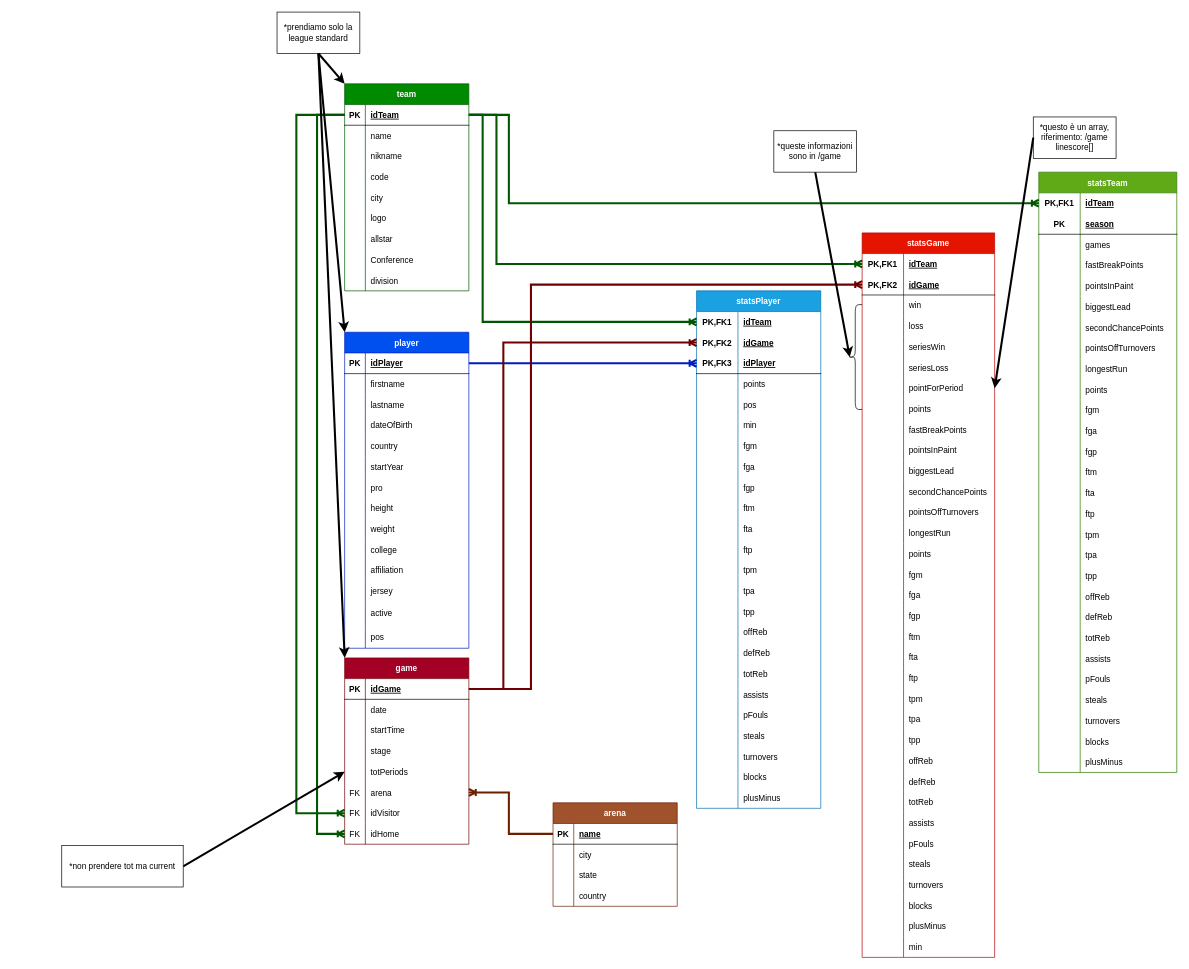
This is LastGame/database/DB_relazionale.drawio from leonardoscardoni/IGallinacci, a draw.io file, before an edit. Source tidied: cells renumbered, new cells numbered last; positions are measured from the earlier drawing's top-left corner, leaving out a move shared by most shapes. Both pictures are drawn from the tidied source at 69%, with x=0, y=0 at pixel (61, 12).
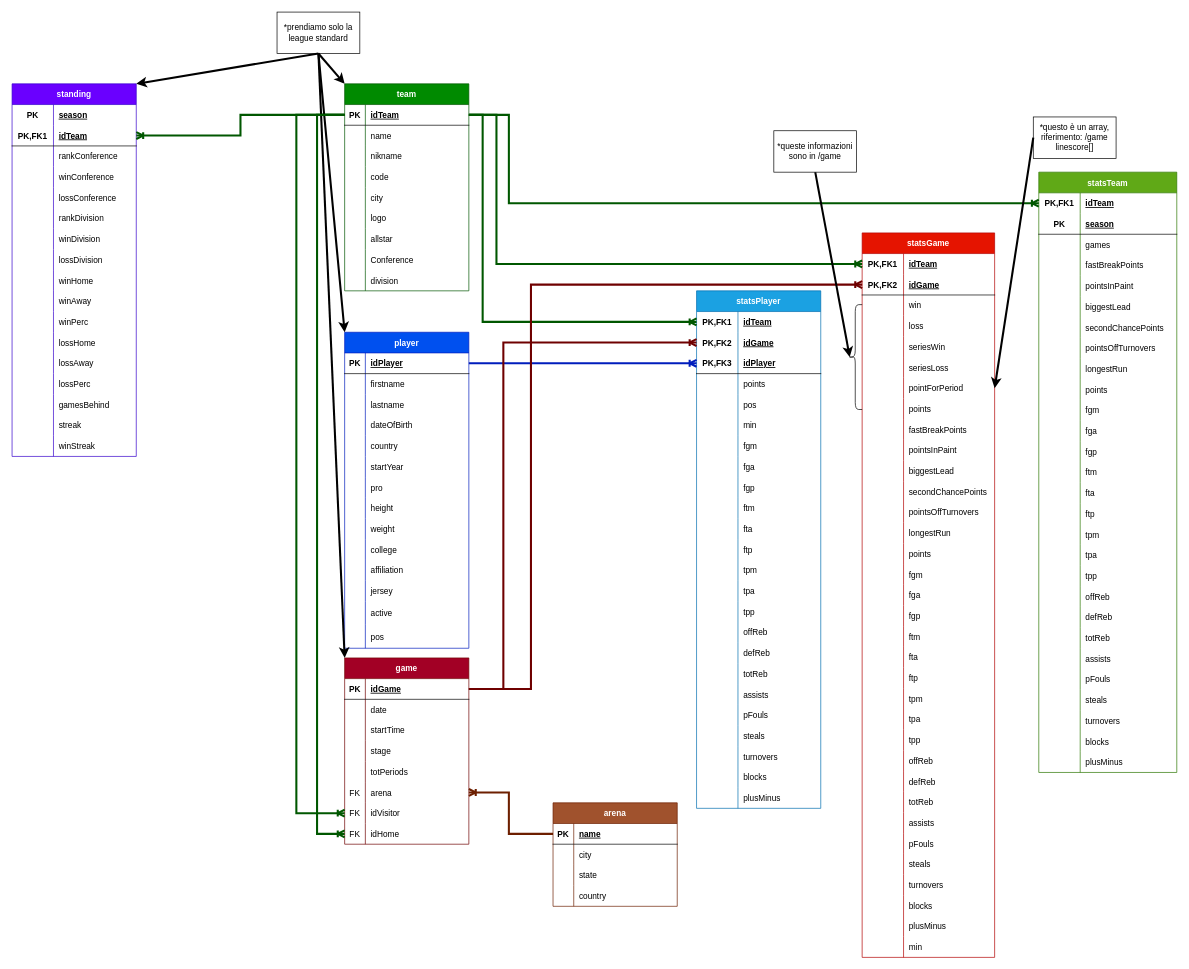
After the change.

Unchanged cells that the change refers to:
```xml
<mxCell id="3" style="shape=tableRow;horizontal=0;startSize=0;swimlaneHead=0;swimlaneBody=0;fillColor=none;points=[[0,0.5],[1,0.5]];portConstraint=eastwest;top=0;left=0;right=0;bottom=1;" parent="2" vertex="1">
  <mxGeometry y="30" width="180" height="30" as="geometry" />
</mxCell>
<mxCell id="86" style="shape=tableRow;horizontal=0;startSize=0;swimlaneHead=0;swimlaneBody=0;fillColor=none;points=[[0,0.5],[1,0.5]];portConstraint=eastwest;top=0;left=0;right=0;bottom=0;" parent="73" vertex="1">
  <mxGeometry y="150" width="180" height="30" as="geometry" />
</mxCell>
<mxCell id="383" value="*prendiamo solo la league standard" style="rounded=0;whiteSpace=wrap;html=1;" parent="1" vertex="1">
  <mxGeometry x="312" width="120" height="60" as="geometry" />
</mxCell>
```

What changed in the source:
```diff
@@
-    <mxCell id="381" style="endArrow=classic;html=1;rounded=0;exitX=1;exitY=0.5;exitDx=0;exitDy=0;entryX=0;entryY=0.5;entryDx=0;entryDy=0;strokeWidth=3;" parent="1" edge="1" source="382" target="86">
-      <mxGeometry relative="1" as="geometry" />
-    </mxCell>
-    <mxCell id="382" value="*non prendere tot ma current" style="rounded=0;whiteSpace=wrap;html=1;strokeWidth=1;" parent="1" vertex="1">
-      <mxGeometry y="1208" width="176" height="60" as="geometry" />
-    </mxCell>
@@
+    <mxCell id="392" value="standing" style="shape=table;startSize=30;childLayout=tableLayout;rowLines=0;fontStyle=1;align=center;fillColor=#6a00ff;fontColor=#ffffff;strokeColor=#3700CC;" parent="1" vertex="1">
+      <mxGeometry x="-72" y="104" width="180" height="540" as="geometry" />
+    </mxCell>
+    <mxCell id="393" style="shape=tableRow;horizontal=0;startSize=0;swimlaneHead=0;swimlaneBody=0;fillColor=none;top=0;left=0;right=0;bottom=0;" parent="392" vertex="1">
+      <mxGeometry y="30" width="180" height="30" as="geometry" />
+    </mxCell>
+    <mxCell id="394" value="PK" style="shape=partialRectangle;fillColor=none;top=0;left=0;bottom=0;right=0;fontStyle=1;overflow=hidden;" parent="393" vertex="1">
+      <mxGeometry width="60" height="30" as="geometry" />
+    </mxCell>
+    <mxCell id="395" value="season" style="shape=partialRectangle;fillColor=none;top=0;left=0;bottom=0;right=0;align=left;spacingLeft=6;fontStyle=5;overflow=hidden;" parent="393" vertex="1">
+      <mxGeometry x="60" width="120" height="30" as="geometry" />
+    </mxCell>
+    <mxCell id="396" style="shape=tableRow;horizontal=0;startSize=0;swimlaneHead=0;swimlaneBody=0;fillColor=none;points=[[0,0.5],[1,0.5]];portConstraint=eastwest;top=0;left=0;right=0;bottom=1;" parent="392" vertex="1">
+      <mxGeometry y="60" width="180" height="30" as="geometry" />
+    </mxCell>
+    <mxCell id="397" value="PK,FK1" style="shape=partialRectangle;fillColor=none;top=0;left=0;bottom=0;right=0;fontStyle=1;overflow=hidden;" parent="396" vertex="1">
+      <mxGeometry width="60" height="30" as="geometry" />
+    </mxCell>
+    <mxCell id="398" value="idTeam" style="shape=partialRectangle;fillColor=none;top=0;left=0;bottom=0;right=0;align=left;spacingLeft=6;fontStyle=5;overflow=hidden;" parent="396" vertex="1">
+      <mxGeometry x="60" width="120" height="30" as="geometry" />
+    </mxCell>
+    <mxCell id="399" style="shape=tableRow;horizontal=0;startSize=0;swimlaneHead=0;swimlaneBody=0;fillColor=none;top=0;left=0;right=0;bottom=0;" parent="392" vertex="1">
+      <mxGeometry y="90" width="180" height="30" as="geometry" />
+    </mxCell>
+    <mxCell id="400" style="shape=partialRectangle;fillColor=none;top=0;left=0;bottom=0;right=0;overflow=hidden;" parent="399" vertex="1">
+      <mxGeometry width="60" height="30" as="geometry" />
+    </mxCell>
+    <mxCell id="401" value="rankConference" style="shape=partialRectangle;fillColor=none;top=0;left=0;bottom=0;right=0;align=left;spacingLeft=6;overflow=hidden;" parent="399" vertex="1">
+      <mxGeometry x="60" width="120" height="30" as="geometry" />
+    </mxCell>
+    <mxCell id="402" style="shape=tableRow;horizontal=0;startSize=0;swimlaneHead=0;swimlaneBody=0;fillColor=none;top=0;left=0;right=0;bottom=0;" parent="392" vertex="1">
+      <mxGeometry y="120" width="180" height="30" as="geometry" />
+    </mxCell>
+    <mxCell id="403" style="shape=partialRectangle;fillColor=none;top=0;left=0;bottom=0;right=0;overflow=hidden;" parent="402" vertex="1">
+      <mxGeometry width="60" height="30" as="geometry" />
+    </mxCell>
+    <mxCell id="404" value="winConference" style="shape=partialRectangle;fillColor=none;top=0;left=0;bottom=0;right=0;align=left;spacingLeft=6;overflow=hidden;" parent="402" vertex="1">
+      <mxGeometry x="60" width="120" height="30" as="geometry" />
+    </mxCell>
+    <mxCell id="405" style="shape=tableRow;horizontal=0;startSize=0;swimlaneHead=0;swimlaneBody=0;fillColor=none;top=0;left=0;right=0;bottom=0;" parent="392" vertex="1">
+      <mxGeometry y="150" width="180" height="30" as="geometry" />
+    </mxCell>
+    <mxCell id="406" style="shape=partialRectangle;fillColor=none;top=0;left=0;bottom=0;right=0;overflow=hidden;" parent="405" vertex="1">
+      <mxGeometry width="60" height="30" as="geometry" />
+    </mxCell>
+    <mxCell id="407" value="lossConference" style="shape=partialRectangle;fillColor=none;top=0;left=0;bottom=0;right=0;align=left;spacingLeft=6;overflow=hidden;" parent="405" vertex="1">
+      <mxGeometry x="60" width="120" height="30" as="geometry" />
+    </mxCell>
+    <mxCell id="408" style="shape=tableRow;horizontal=0;startSize=0;swimlaneHead=0;swimlaneBody=0;fillColor=none;top=0;left=0;right=0;bottom=0;" parent="392" vertex="1">
+      <mxGeometry y="180" width="180" height="30" as="geometry" />
+    </mxCell>
+    <mxCell id="409" style="shape=partialRectangle;fillColor=none;top=0;left=0;bottom=0;right=0;overflow=hidden;" parent="408" vertex="1">
+      <mxGeometry width="60" height="30" as="geometry" />
+    </mxCell>
+    <mxCell id="410" value="rankDivision" style="shape=partialRectangle;fillColor=none;top=0;left=0;bottom=0;right=0;align=left;spacingLeft=6;overflow=hidden;" parent="408" vertex="1">
+      <mxGeometry x="60" width="120" height="30" as="geometry" />
+    </mxCell>
+    <mxCell id="411" style="shape=tableRow;horizontal=0;startSize=0;swimlaneHead=0;swimlaneBody=0;fillColor=none;top=0;left=0;right=0;bottom=0;" parent="392" vertex="1">
+      <mxGeometry y="210" width="180" height="30" as="geometry" />
+    </mxCell>
+    <mxCell id="412" style="shape=partialRectangle;fillColor=none;top=0;left=0;bottom=0;right=0;overflow=hidden;" parent="411" vertex="1">
+      <mxGeometry width="60" height="30" as="geometry" />
+    </mxCell>
+    <mxCell id="413" value="winDivision" style="shape=partialRectangle;fillColor=none;top=0;left=0;bottom=0;right=0;align=left;spacingLeft=6;overflow=hidden;" parent="411" vertex="1">
+      <mxGeometry x="60" width="120" height="30" as="geometry" />
+    </mxCell>
+    <mxCell id="414" style="shape=tableRow;horizontal=0;startSize=0;swimlaneHead=0;swimlaneBody=0;fillColor=none;top=0;left=0;right=0;bottom=0;" parent="392" vertex="1">
+      <mxGeometry y="240" width="180" height="30" as="geometry" />
+    </mxCell>
+    <mxCell id="415" style="shape=partialRectangle;fillColor=none;top=0;left=0;bottom=0;right=0;overflow=hidden;" parent="414" vertex="1">
+      <mxGeometry width="60" height="30" as="geometry" />
+    </mxCell>
+    <mxCell id="416" value="lossDivision" style="shape=partialRectangle;fillColor=none;top=0;left=0;bottom=0;right=0;align=left;spacingLeft=6;overflow=hidden;" parent="414" vertex="1">
+      <mxGeometry x="60" width="120" height="30" as="geometry" />
+    </mxCell>
+    <mxCell id="417" style="shape=tableRow;horizontal=0;startSize=0;swimlaneHead=0;swimlaneBody=0;fillColor=none;top=0;left=0;right=0;bottom=0;" parent="392" vertex="1">
+      <mxGeometry y="270" width="180" height="30" as="geometry" />
+    </mxCell>
+    <mxCell id="418" style="shape=partialRectangle;fillColor=none;top=0;left=0;bottom=0;right=0;overflow=hidden;" parent="417" vertex="1">
+      <mxGeometry width="60" height="30" as="geometry" />
+    </mxCell>
+    <mxCell id="419" value="winHome" style="shape=partialRectangle;fillColor=none;top=0;left=0;bottom=0;right=0;align=left;spacingLeft=6;overflow=hidden;" parent="417" vertex="1">
+      <mxGeometry x="60" width="120" height="30" as="geometry" />
+    </mxCell>
+    <mxCell id="420" style="shape=tableRow;horizontal=0;startSize=0;swimlaneHead=0;swimlaneBody=0;fillColor=none;top=0;left=0;right=0;bottom=0;" parent="392" vertex="1">
+      <mxGeometry y="300" width="180" height="30" as="geometry" />
+    </mxCell>
+    <mxCell id="421" style="shape=partialRectangle;fillColor=none;top=0;left=0;bottom=0;right=0;overflow=hidden;" parent="420" vertex="1">
+      <mxGeometry width="60" height="30" as="geometry" />
+    </mxCell>
+    <mxCell id="422" value="winAway" style="shape=partialRectangle;fillColor=none;top=0;left=0;bottom=0;right=0;align=left;spacingLeft=6;overflow=hidden;" parent="420" vertex="1">
+      <mxGeometry x="60" width="120" height="30" as="geometry" />
+    </mxCell>
+    <mxCell id="423" style="shape=tableRow;horizontal=0;startSize=0;swimlaneHead=0;swimlaneBody=0;fillColor=none;top=0;left=0;right=0;bottom=0;" parent="392" vertex="1">
+      <mxGeometry y="330" width="180" height="30" as="geometry" />
+    </mxCell>
+    <mxCell id="424" style="shape=partialRectangle;fillColor=none;top=0;left=0;bottom=0;right=0;overflow=hidden;" parent="423" vertex="1">
+      <mxGeometry width="60" height="30" as="geometry" />
+    </mxCell>
+    <mxCell id="425" value="winPerc" style="shape=partialRectangle;fillColor=none;top=0;left=0;bottom=0;right=0;align=left;spacingLeft=6;overflow=hidden;" parent="423" vertex="1">
+      <mxGeometry x="60" width="120" height="30" as="geometry" />
+    </mxCell>
+    <mxCell id="426" style="shape=tableRow;horizontal=0;startSize=0;swimlaneHead=0;swimlaneBody=0;fillColor=none;top=0;left=0;right=0;bottom=0;" parent="392" vertex="1">
+      <mxGeometry y="360" width="180" height="30" as="geometry" />
+    </mxCell>
+    <mxCell id="427" style="shape=partialRectangle;fillColor=none;top=0;left=0;bottom=0;right=0;overflow=hidden;" parent="426" vertex="1">
+      <mxGeometry width="60" height="30" as="geometry" />
+    </mxCell>
+    <mxCell id="428" value="lossHome" style="shape=partialRectangle;fillColor=none;top=0;left=0;bottom=0;right=0;align=left;spacingLeft=6;overflow=hidden;" parent="426" vertex="1">
+      <mxGeometry x="60" width="120" height="30" as="geometry" />
+    </mxCell>
+    <mxCell id="429" style="shape=tableRow;horizontal=0;startSize=0;swimlaneHead=0;swimlaneBody=0;fillColor=none;top=0;left=0;right=0;bottom=0;" parent="392" vertex="1">
+      <mxGeometry y="390" width="180" height="30" as="geometry" />
+    </mxCell>
+    <mxCell id="430" style="shape=partialRectangle;fillColor=none;top=0;left=0;bottom=0;right=0;overflow=hidden;" parent="429" vertex="1">
+      <mxGeometry width="60" height="30" as="geometry" />
+    </mxCell>
+    <mxCell id="431" value="lossAway" style="shape=partialRectangle;fillColor=none;top=0;left=0;bottom=0;right=0;align=left;spacingLeft=6;overflow=hidden;" parent="429" vertex="1">
+      <mxGeometry x="60" width="120" height="30" as="geometry" />
+    </mxCell>
+    <mxCell id="432" style="shape=tableRow;horizontal=0;startSize=0;swimlaneHead=0;swimlaneBody=0;fillColor=none;top=0;left=0;right=0;bottom=0;" parent="392" vertex="1">
+      <mxGeometry y="420" width="180" height="30" as="geometry" />
+    </mxCell>
+    <mxCell id="433" style="shape=partialRectangle;fillColor=none;top=0;left=0;bottom=0;right=0;overflow=hidden;" parent="432" vertex="1">
+      <mxGeometry width="60" height="30" as="geometry" />
+    </mxCell>
+    <mxCell id="434" value="lossPerc" style="shape=partialRectangle;fillColor=none;top=0;left=0;bottom=0;right=0;align=left;spacingLeft=6;overflow=hidden;" parent="432" vertex="1">
+      <mxGeometry x="60" width="120" height="30" as="geometry" />
+    </mxCell>
+    <mxCell id="435" style="shape=tableRow;horizontal=0;startSize=0;swimlaneHead=0;swimlaneBody=0;fillColor=none;top=0;left=0;right=0;bottom=0;" parent="392" vertex="1">
+      <mxGeometry y="450" width="180" height="30" as="geometry" />
+    </mxCell>
+    <mxCell id="436" style="shape=partialRectangle;fillColor=none;top=0;left=0;bottom=0;right=0;overflow=hidden;" parent="435" vertex="1">
+      <mxGeometry width="60" height="30" as="geometry" />
+    </mxCell>
+    <mxCell id="437" value="gamesBehind" style="shape=partialRectangle;fillColor=none;top=0;left=0;bottom=0;right=0;align=left;spacingLeft=6;overflow=hidden;" parent="435" vertex="1">
+      <mxGeometry x="60" width="120" height="30" as="geometry" />
+    </mxCell>
+    <mxCell id="438" style="shape=tableRow;horizontal=0;startSize=0;swimlaneHead=0;swimlaneBody=0;fillColor=none;top=0;left=0;right=0;bottom=0;" parent="392" vertex="1">
+      <mxGeometry y="480" width="180" height="30" as="geometry" />
+    </mxCell>
+    <mxCell id="439" style="shape=partialRectangle;fillColor=none;top=0;left=0;bottom=0;right=0;overflow=hidden;" parent="438" vertex="1">
+      <mxGeometry width="60" height="30" as="geometry" />
+    </mxCell>
+    <mxCell id="440" value="streak" style="shape=partialRectangle;fillColor=none;top=0;left=0;bottom=0;right=0;align=left;spacingLeft=6;overflow=hidden;" parent="438" vertex="1">
+      <mxGeometry x="60" width="120" height="30" as="geometry" />
+    </mxCell>
+    <mxCell id="441" style="shape=tableRow;horizontal=0;startSize=0;swimlaneHead=0;swimlaneBody=0;fillColor=none;top=0;left=0;right=0;bottom=0;" parent="392" vertex="1">
+      <mxGeometry y="510" width="180" height="30" as="geometry" />
+    </mxCell>
+    <mxCell id="442" style="shape=partialRectangle;fillColor=none;top=0;left=0;bottom=0;right=0;overflow=hidden;" parent="441" vertex="1">
+      <mxGeometry width="60" height="30" as="geometry" />
+    </mxCell>
+    <mxCell id="443" value="winStreak" style="shape=partialRectangle;fillColor=none;top=0;left=0;bottom=0;right=0;align=left;spacingLeft=6;overflow=hidden;" parent="441" vertex="1">
+      <mxGeometry x="60" width="120" height="30" as="geometry" />
+    </mxCell>
+    <mxCell id="444" style="edgeStyle=orthogonalEdgeStyle;fontSize=12;html=1;endArrow=ERoneToMany;rounded=0;exitX=0;exitY=0.5;exitDx=0;exitDy=0;entryX=1;entryY=0.5;entryDx=0;entryDy=0;fillColor=#008a00;strokeColor=#005700;strokeWidth=3;" parent="1" edge="1" source="3" target="396">
+      <mxGeometry relative="1" as="geometry" />
+    </mxCell>
+    <mxCell id="445" style="endArrow=classic;html=1;rounded=0;strokeWidth=3;exitX=0.5;exitY=1;exitDx=0;exitDy=0;entryX=1;entryY=0;entryDx=0;entryDy=0;" parent="1" edge="1" source="383" target="392">
+      <mxGeometry relative="1" as="geometry" />
+    </mxCell>
```
